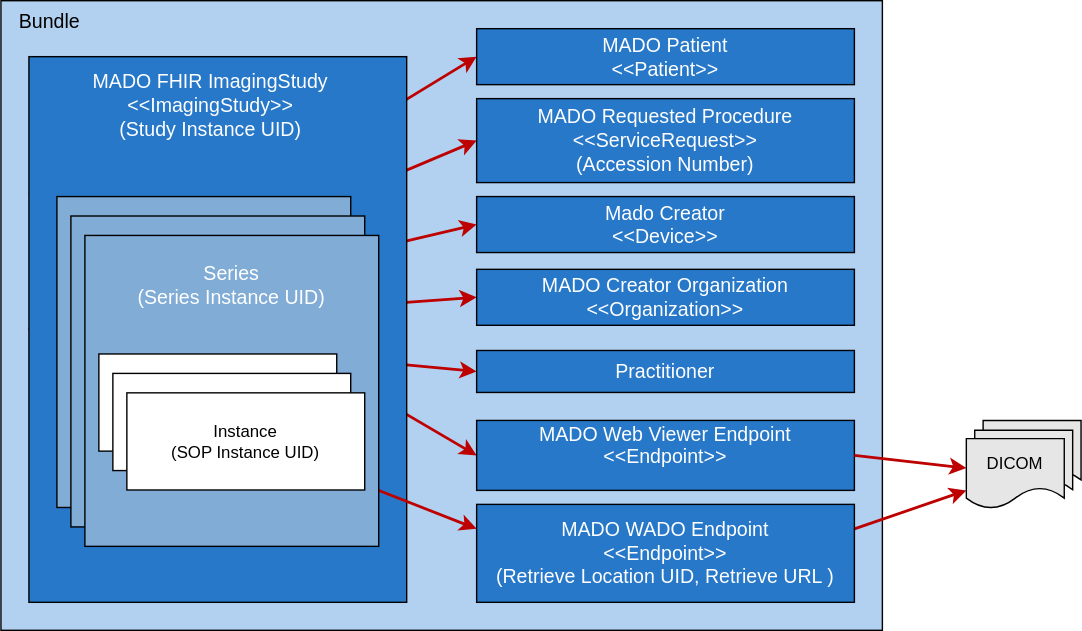
Earlier version of the draw.io export input/images/fhir-manifest-overview.drawio.svg (IHE/RAD.MADO). Source tidied: cells renumbered, new cells last; positions are measured from the earlier drawing's top-left corner, leaving out a move shared by most shapes.
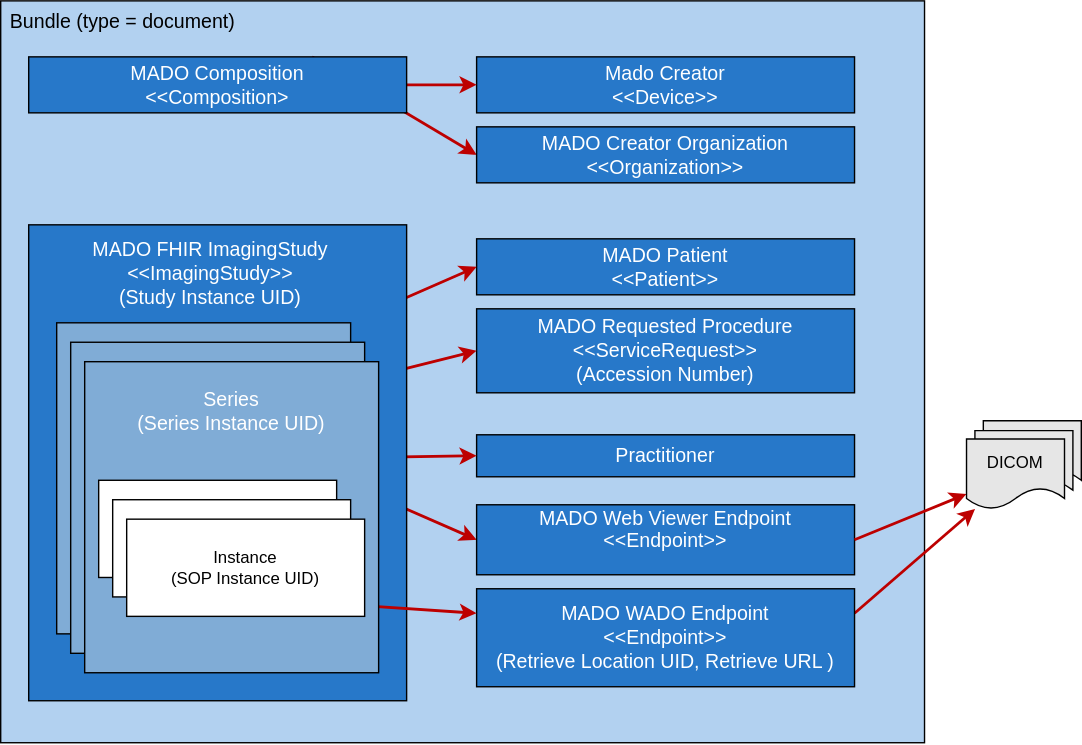
The same diagram one commit later.

What changed in the source:
```diff
@@ -3,22 +3,22 @@
     <mxCell id="0" />
     <mxCell id="1" parent="0" />
     <mxCell id="2" style="whiteSpace=wrap;html=1;fillColor=light-dark(#b2d1f0, #4c6e90);" parent="1" vertex="1">
-      <mxGeometry width="630" height="450" as="geometry" />
+      <mxGeometry width="660" height="530" as="geometry" />
     </mxCell>
-    <mxCell id="3" style="endArrow=classic;html=1;strokeColor=#BD0000;strokeWidth=2;entryX=0;entryY=0.5;entryDx=0;entryDy=0;exitX=0;exitY=0.5;exitDx=0;exitDy=0;" parent="1" edge="1" source="22" target="25">
+    <mxCell id="3" style="endArrow=classic;html=1;strokeColor=#BD0000;strokeWidth=2;entryX=0;entryY=0.5;entryDx=0;entryDy=0;exitX=0.75;exitY=0;exitDx=0;exitDy=0;" parent="1" edge="1" source="42" target="25">
       <mxGeometry relative="1" as="geometry" />
     </mxCell>
     <mxCell id="4" style="endArrow=classic;html=1;strokeColor=#BD0000;strokeWidth=2;exitX=0;exitY=0.25;exitDx=0;exitDy=0;entryX=0;entryY=0.5;entryDx=0;entryDy=0;" parent="1" edge="1" source="22" target="14">
       <mxGeometry relative="1" as="geometry" />
     </mxCell>
     <mxCell id="5" value="&lt;font style=&quot;color: rgb(255, 255, 255); font-size: 14px;&quot;&gt;MADO Patient&lt;/font&gt;&lt;div&gt;&lt;font style=&quot;color: rgb(255, 255, 255); font-size: 14px;&quot;&gt;&amp;lt;&amp;lt;Patient&amp;gt;&amp;gt;&lt;/font&gt;&lt;/div&gt;" style="whiteSpace=wrap;html=1;fillColor=#2778C9;" parent="1" vertex="1">
-      <mxGeometry x="340" y="20" width="270" height="40" as="geometry" />
+      <mxGeometry x="340" y="170" width="270" height="40" as="geometry" />
     </mxCell>
     <mxCell id="6" value="&lt;font style=&quot;color: rgb(255, 255, 255); font-size: 14px;&quot;&gt;MADO Requested Procedure&lt;/font&gt;&lt;div&gt;&lt;font style=&quot;color: rgb(255, 255, 255); font-size: 14px;&quot;&gt;&amp;lt;&amp;lt;ServiceRequest&amp;gt;&amp;gt;&lt;/font&gt;&lt;div&gt;&lt;div&gt;&lt;font style=&quot;color: rgb(255, 255, 255); font-size: 14px;&quot;&gt;(Accession Number)&lt;/font&gt;&lt;/div&gt;&lt;/div&gt;&lt;/div&gt;" style="whiteSpace=wrap;html=1;fillColor=#2778C9;" parent="1" vertex="1">
-      <mxGeometry x="340" y="70" width="270" height="60" as="geometry" />
+      <mxGeometry x="340" y="220" width="270" height="60" as="geometry" />
     </mxCell>
     <mxCell id="7" value="&lt;font style=&quot;color: rgb(255, 255, 255); font-size: 14px;&quot;&gt;Mado Creator&lt;/font&gt;&lt;div&gt;&lt;font style=&quot;color: rgb(255, 255, 255); font-size: 14px;&quot;&gt;&amp;lt;&amp;lt;Device&amp;gt;&amp;gt;&lt;/font&gt;&lt;/div&gt;" style="whiteSpace=wrap;html=1;fillColor=#2778C9;" parent="1" vertex="1">
-      <mxGeometry x="340" y="140" width="270" height="40" as="geometry" />
+      <mxGeometry x="340" y="40" width="270" height="40" as="geometry" />
     </mxCell>
     <mxCell id="8" style="endArrow=classic;html=1;strokeColor=#BD0000;strokeWidth=2;entryX=0;entryY=0.5;entryDx=0;entryDy=0;exitX=0;exitY=0.5;exitDx=0;exitDy=0;" parent="1" edge="1" source="22" target="5">
       <mxGeometry relative="1" as="geometry" />
@@ -26,20 +26,20 @@
     <mxCell id="9" style="endArrow=classic;html=1;strokeColor=#BD0000;strokeWidth=2;entryX=0;entryY=0.5;entryDx=0;entryDy=0;exitX=0;exitY=0.5;exitDx=0;exitDy=0;" parent="1" edge="1" source="22" target="6">
       <mxGeometry relative="1" as="geometry" />
     </mxCell>
-    <mxCell id="10" style="endArrow=classic;html=1;strokeColor=#BD0000;strokeWidth=2;entryX=0;entryY=0.5;entryDx=0;entryDy=0;exitX=0;exitY=0.5;exitDx=0;exitDy=0;" parent="1" edge="1" source="22" target="7">
+    <mxCell id="10" style="endArrow=classic;html=1;strokeColor=#BD0000;strokeWidth=2;entryX=0;entryY=0.5;entryDx=0;entryDy=0;exitX=0;exitY=0.5;exitDx=0;exitDy=0;" parent="1" edge="1" source="42" target="7">
       <mxGeometry relative="1" as="geometry" />
     </mxCell>
-    <mxCell id="11" value="Bundle" style="text;html=1;align=center;verticalAlign=middle;whiteSpace=wrap;rounded=0;fontSize=14;" parent="1" vertex="1">
-      <mxGeometry x="5" width="60" height="30" as="geometry" />
+    <mxCell id="11" value="Bundle (type = document)" style="text;html=1;align=left;verticalAlign=middle;whiteSpace=wrap;rounded=0;fontSize=14;" parent="1" vertex="1">
+      <mxGeometry x="5" width="405" height="30" as="geometry" />
     </mxCell>
     <mxCell id="12" style="endArrow=classic;html=1;strokeColor=#BD0000;strokeWidth=2;exitX=1;exitY=0.25;exitDx=0;exitDy=0;" parent="1" edge="1" source="13" target="19">
       <mxGeometry relative="1" as="geometry" />
     </mxCell>
     <mxCell id="13" value="&lt;font style=&quot;color: rgb(255, 255, 255); font-size: 14px;&quot;&gt;MADO WADO Endpoint&lt;/font&gt;&lt;div&gt;&lt;font style=&quot;color: rgb(255, 255, 255); font-size: 14px;&quot;&gt;&amp;lt;&amp;lt;Endpoint&amp;gt;&amp;gt;&lt;/font&gt;&lt;div&gt;&lt;div&gt;&lt;font style=&quot;color: rgb(255, 255, 255); font-size: 14px;&quot;&gt;(Retrieve Location UID, Retrieve URL )&lt;/font&gt;&lt;/div&gt;&lt;/div&gt;&lt;/div&gt;" style="whiteSpace=wrap;html=1;fillColor=#2778C9;" parent="1" vertex="1">
-      <mxGeometry x="340" y="360" width="270" height="70" as="geometry" />
+      <mxGeometry x="340" y="420" width="270" height="70" as="geometry" />
     </mxCell>
     <mxCell id="14" value="&lt;font style=&quot;color: rgb(255, 255, 255); font-size: 14px;&quot;&gt;MADO Web Viewer Endpoint&amp;nbsp;&lt;/font&gt;&lt;div&gt;&lt;font style=&quot;color: rgb(255, 255, 255); font-size: 14px;&quot;&gt;&amp;lt;&amp;lt;Endpoint&amp;gt;&amp;gt;&lt;/font&gt;&lt;div&gt;&lt;br&gt;&lt;/div&gt;&lt;/div&gt;" style="whiteSpace=wrap;html=1;fillColor=#2778C9;" parent="1" vertex="1">
-      <mxGeometry x="340" y="300" width="270" height="50" as="geometry" />
+      <mxGeometry x="340" y="360" width="270" height="50" as="geometry" />
     </mxCell>
     <mxCell id="15" style="endArrow=classic;html=1;strokeColor=#BD0000;strokeWidth=2;exitX=1;exitY=0.5;exitDx=0;exitDy=0;" parent="1" edge="1" source="14" target="19">
       <mxGeometry relative="1" as="geometry" />
@@ -57,25 +57,25 @@
       <mxGeometry y="13" width="70" height="50" as="geometry" />
     </mxCell>
     <mxCell id="20" value="&lt;font style=&quot;color: rgb(255, 255, 255); font-size: 14px;&quot;&gt;Practitioner&lt;/font&gt;" style="whiteSpace=wrap;html=1;fillColor=#2778C9;" parent="1" vertex="1">
-      <mxGeometry x="340" y="250" width="270" height="30" as="geometry" />
+      <mxGeometry x="340" y="310" width="270" height="30" as="geometry" />
     </mxCell>
     <mxCell id="21" style="endArrow=classic;html=1;strokeColor=#BD0000;strokeWidth=2;entryX=0;entryY=0.5;entryDx=0;entryDy=0;exitX=0;exitY=0.5;exitDx=0;exitDy=0;" parent="1" edge="1" source="22" target="20">
       <mxGeometry relative="1" as="geometry" />
     </mxCell>
     <mxCell id="22" style="whiteSpace=wrap;html=1;fillColor=#2778C9;" parent="1" vertex="1">
-      <mxGeometry x="20" y="40" width="270" height="390" as="geometry" />
+      <mxGeometry x="20" y="160" width="270" height="340" as="geometry" />
     </mxCell>
     <mxCell id="23" value="&lt;font style=&quot;color: rgb(255, 255, 255);&quot;&gt;MADO FHIR ImagingStudy&lt;/font&gt;&lt;div&gt;&lt;font style=&quot;color: rgb(255, 255, 255);&quot;&gt;&amp;lt;&amp;lt;ImagingStudy&amp;gt;&amp;gt;&lt;/font&gt;&lt;div&gt;&lt;font style=&quot;color: rgb(255, 255, 255);&quot;&gt;(Study Instance UID)&lt;/font&gt;&lt;/div&gt;&lt;/div&gt;" style="text;html=1;align=center;verticalAlign=middle;whiteSpace=wrap;rounded=0;fontSize=14;" parent="1" vertex="1">
-      <mxGeometry x="50" y="60" width="200" height="30" as="geometry" />
+      <mxGeometry x="50" y="180" width="200" height="30" as="geometry" />
     </mxCell>
     <mxCell id="24" style="endArrow=classic;html=1;strokeColor=#BD0000;strokeWidth=2;exitX=0.99;exitY=0.906;exitDx=0;exitDy=0;exitPerimeter=0;entryX=0;entryY=0.25;entryDx=0;entryDy=0;" parent="1" edge="1" source="28" target="13">
       <mxGeometry relative="1" as="geometry" />
     </mxCell>
     <mxCell id="25" value="&lt;font style=&quot;color: rgb(255, 255, 255); font-size: 14px;&quot;&gt;MADO Creator Organization&lt;/font&gt;&lt;div&gt;&lt;font style=&quot;color: rgb(255, 255, 255); font-size: 14px;&quot;&gt;&amp;lt;&amp;lt;Organization&amp;gt;&amp;gt;&lt;/font&gt;&lt;/div&gt;" style="whiteSpace=wrap;html=1;fillColor=#2778C9;" parent="1" vertex="1">
-      <mxGeometry x="340" y="192" width="270" height="40" as="geometry" />
+      <mxGeometry x="340" y="90" width="270" height="40" as="geometry" />
     </mxCell>
     <mxCell id="26" style="group;" parent="1" vertex="1">
-      <mxGeometry x="40" y="140" width="230" height="250" as="geometry" />
+      <mxGeometry x="40" y="230" width="230" height="250" as="geometry" />
     </mxCell>
     <mxCell id="27" style="group;" parent="26" vertex="1">
       <mxGeometry width="210" height="222.2" as="geometry" />
@@ -122,5 +122,8 @@
     <mxCell id="41" value="Instance&lt;div&gt;(SOP Instance UID)&lt;/div&gt;" style="whiteSpace=wrap;html=1;" parent="26" vertex="1">
       <mxGeometry x="50" y="140.3" width="170" height="69.4" as="geometry" />
     </mxCell>
+    <mxCell id="42" value="&lt;font style=&quot;color: rgb(255, 255, 255); font-size: 14px;&quot;&gt;MADO Composition&lt;/font&gt;&lt;div&gt;&lt;font style=&quot;color: rgb(255, 255, 255); font-size: 14px;&quot;&gt;&amp;lt;&amp;lt;Composition&amp;gt;&lt;/font&gt;&lt;/div&gt;" style="whiteSpace=wrap;html=1;fillColor=#2778C9;" parent="1" vertex="1">
+      <mxGeometry x="20" y="40" width="270" height="40" as="geometry" />
+    </mxCell>
   </root>
 </mxGraphModel>
```
